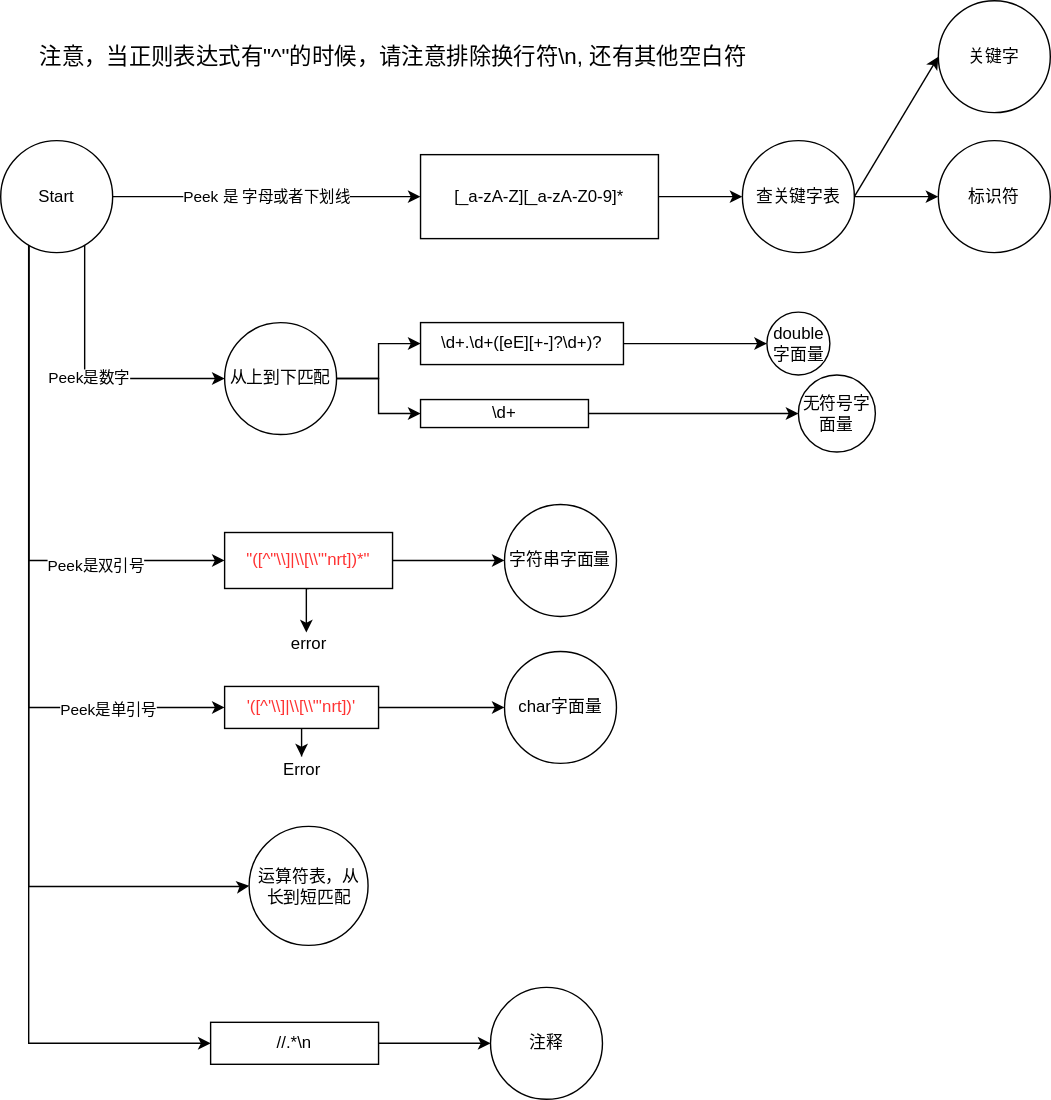
Before: CZero.Lexical/state-machine.svg, a diagram exported from draw.io (crclz/CZero). Source tidied: cells renumbered, new cells last; positions are measured from the earlier drawing's top-left corner, leaving out a move shared by most shapes. Source of this version:
```xml
<mxGraphModel>
  <root>
    <mxCell id="0" />
    <mxCell id="1" parent="0" />
    <mxCell id="2" value="Peek是数字" style="edgeStyle=orthogonalEdgeStyle;rounded=0;jettySize=auto;html=1;entryX=0;entryY=0.5;entryDx=0;entryDy=0;" parent="1" edge="1" source="9" target="20">
      <mxGeometry relative="1" as="geometry">
        <Array as="points">
          <mxPoint x="60" y="270" />
        </Array>
      </mxGeometry>
    </mxCell>
    <mxCell id="3" style="edgeStyle=orthogonalEdgeStyle;rounded=0;jettySize=auto;html=1;entryX=0;entryY=0.5;entryDx=0;entryDy=0;" parent="1" edge="1" source="9" target="29">
      <mxGeometry relative="1" as="geometry">
        <Array as="points">
          <mxPoint x="20" y="400" />
        </Array>
      </mxGeometry>
    </mxCell>
    <mxCell id="4" value="Peek是双引号" style="edgeLabel;html=1;align=center;verticalAlign=middle;" parent="3" vertex="1">
      <mxGeometry x="0.5" y="-3" relative="1" as="geometry" />
    </mxCell>
    <mxCell id="5" style="edgeStyle=orthogonalEdgeStyle;rounded=0;jettySize=auto;html=1;entryX=0;entryY=0.5;entryDx=0;entryDy=0;" parent="1" edge="1" source="9" target="34">
      <mxGeometry relative="1" as="geometry">
        <Array as="points">
          <mxPoint x="20" y="505" />
        </Array>
      </mxGeometry>
    </mxCell>
    <mxCell id="6" value="Peek是单引号" style="edgeLabel;html=1;align=center;verticalAlign=middle;" parent="5" vertex="1">
      <mxGeometry x="0.65" y="-1" relative="1" as="geometry" />
    </mxCell>
    <mxCell id="7" style="edgeStyle=orthogonalEdgeStyle;rounded=0;jettySize=auto;html=1;exitX=0;exitY=1;exitDx=0;exitDy=0;entryX=0;entryY=0.5;entryDx=0;entryDy=0;" parent="1" edge="1" source="9" target="39">
      <mxGeometry relative="1" as="geometry">
        <Array as="points">
          <mxPoint x="20" y="168" />
          <mxPoint x="20" y="745" />
        </Array>
      </mxGeometry>
    </mxCell>
    <mxCell id="8" style="edgeStyle=orthogonalEdgeStyle;rounded=0;jettySize=auto;html=1;entryX=0;entryY=0.5;entryDx=0;entryDy=0;" parent="1" edge="1" source="9" target="37">
      <mxGeometry relative="1" as="geometry">
        <Array as="points">
          <mxPoint x="20" y="633" />
          <mxPoint x="173" y="633" />
        </Array>
      </mxGeometry>
    </mxCell>
    <mxCell id="9" value="Start" style="ellipse;whiteSpace=wrap;html=1;" parent="1" vertex="1">
      <mxGeometry y="100" width="80" height="80" as="geometry" />
    </mxCell>
    <mxCell id="10" value="Peek 是 字母或者下划线" style="endArrow=classic;html=1;exitX=1;exitY=0.5;exitDx=0;exitDy=0;entryX=0;entryY=0.5;entryDx=0;entryDy=0;" parent="1" edge="1" source="9" target="11">
      <mxGeometry relative="1" as="geometry" />
    </mxCell>
    <mxCell id="11" value="[_a-zA-Z][_a-zA-Z0-9]*" style="rounded=0;whiteSpace=wrap;html=1;" parent="1" vertex="1">
      <mxGeometry x="300" y="110" width="170" height="60" as="geometry" />
    </mxCell>
    <mxCell id="12" value="查关键字表" style="ellipse;whiteSpace=wrap;html=1;" parent="1" vertex="1">
      <mxGeometry x="530" y="100" width="80" height="80" as="geometry" />
    </mxCell>
    <mxCell id="13" style="endArrow=classic;html=1;exitX=1;exitY=0.5;exitDx=0;exitDy=0;entryX=0;entryY=0.5;entryDx=0;entryDy=0;" parent="1" edge="1" source="11" target="12">
      <mxGeometry relative="1" as="geometry" />
    </mxCell>
    <mxCell id="14" value="关键字" style="ellipse;whiteSpace=wrap;html=1;" parent="1" vertex="1">
      <mxGeometry x="670" width="80" height="80" as="geometry" />
    </mxCell>
    <mxCell id="15" value="标识符" style="ellipse;whiteSpace=wrap;html=1;" parent="1" vertex="1">
      <mxGeometry x="670" y="100" width="80" height="80" as="geometry" />
    </mxCell>
    <mxCell id="16" style="endArrow=classic;html=1;exitX=1;exitY=0.5;exitDx=0;exitDy=0;entryX=0;entryY=0.5;entryDx=0;entryDy=0;" parent="1" edge="1" source="12" target="15">
      <mxGeometry relative="1" as="geometry" />
    </mxCell>
    <mxCell id="17" style="endArrow=classic;html=1;exitX=1;exitY=0.5;exitDx=0;exitDy=0;entryX=0;entryY=0.5;entryDx=0;entryDy=0;" parent="1" edge="1" source="12" target="14">
      <mxGeometry relative="1" as="geometry" />
    </mxCell>
    <mxCell id="18" style="edgeStyle=orthogonalEdgeStyle;rounded=0;jettySize=auto;html=1;entryX=0;entryY=0.5;entryDx=0;entryDy=0;" parent="1" edge="1" source="20" target="21">
      <mxGeometry relative="1" as="geometry" />
    </mxCell>
    <mxCell id="19" style="edgeStyle=orthogonalEdgeStyle;rounded=0;jettySize=auto;html=1;" parent="1" edge="1" source="20" target="25">
      <mxGeometry relative="1" as="geometry" />
    </mxCell>
    <mxCell id="20" value="从上到下匹配" style="ellipse;whiteSpace=wrap;html=1;" parent="1" vertex="1">
      <mxGeometry x="160" y="230" width="80" height="80" as="geometry" />
    </mxCell>
    <mxCell id="21" value="\d+.\d+([eE][+-]?\d+)?" style="rounded=0;whiteSpace=wrap;html=1;" parent="1" vertex="1">
      <mxGeometry x="300" y="230" width="145" height="30" as="geometry" />
    </mxCell>
    <mxCell id="22" value="double字面量" style="ellipse;whiteSpace=wrap;html=1;" parent="1" vertex="1">
      <mxGeometry x="547.5" y="222.5" width="45" height="45" as="geometry" />
    </mxCell>
    <mxCell id="23" style="endArrow=classic;html=1;exitX=1;exitY=0.5;exitDx=0;exitDy=0;entryX=0;entryY=0.5;entryDx=0;entryDy=0;" parent="1" edge="1" source="21" target="22">
      <mxGeometry relative="1" as="geometry" />
    </mxCell>
    <mxCell id="24" style="edgeStyle=orthogonalEdgeStyle;rounded=0;jettySize=auto;html=1;entryX=0;entryY=0.5;entryDx=0;entryDy=0;" parent="1" edge="1" source="25" target="26">
      <mxGeometry relative="1" as="geometry" />
    </mxCell>
    <mxCell id="25" value="\d+" style="rounded=0;whiteSpace=wrap;html=1;" parent="1" vertex="1">
      <mxGeometry x="300" y="285" width="120" height="20" as="geometry" />
    </mxCell>
    <mxCell id="26" value="无符号字面量" style="ellipse;whiteSpace=wrap;html=1;" parent="1" vertex="1">
      <mxGeometry x="570" y="267.5" width="55" height="55" as="geometry" />
    </mxCell>
    <mxCell id="27" style="edgeStyle=orthogonalEdgeStyle;rounded=0;jettySize=auto;html=1;exitX=0.5;exitY=1;exitDx=0;exitDy=0;entryX=0.46;entryY=0.07;entryDx=0;entryDy=0;entryPerimeter=0;" parent="1" edge="1" source="29" target="30">
      <mxGeometry relative="1" as="geometry" />
    </mxCell>
    <mxCell id="28" style="edgeStyle=orthogonalEdgeStyle;rounded=0;jettySize=auto;html=1;exitX=1;exitY=0.5;exitDx=0;exitDy=0;entryX=0;entryY=0.5;entryDx=0;entryDy=0;" parent="1" edge="1" source="29" target="31">
      <mxGeometry relative="1" as="geometry" />
    </mxCell>
    <mxCell id="29" value="&quot;([^&quot;\\]|\\[\\&quot;'nrt])*&quot;" style="rounded=0;whiteSpace=wrap;html=1;fontColor=#FF3333;" parent="1" vertex="1">
      <mxGeometry x="160" y="380" width="120" height="40" as="geometry" />
    </mxCell>
    <mxCell id="30" value="error" style="text;html=1;align=center;verticalAlign=middle;points=[];" parent="1" vertex="1">
      <mxGeometry x="200" y="450" width="40" height="20" as="geometry" />
    </mxCell>
    <mxCell id="31" value="字符串字面量" style="ellipse;whiteSpace=wrap;html=1;" parent="1" vertex="1">
      <mxGeometry x="360" y="360" width="80" height="80" as="geometry" />
    </mxCell>
    <mxCell id="32" style="edgeStyle=orthogonalEdgeStyle;rounded=0;jettySize=auto;html=1;exitX=0.5;exitY=1;exitDx=0;exitDy=0;" parent="1" edge="1" source="34" target="35">
      <mxGeometry relative="1" as="geometry" />
    </mxCell>
    <mxCell id="33" style="edgeStyle=orthogonalEdgeStyle;rounded=0;jettySize=auto;html=1;exitX=1;exitY=0.5;exitDx=0;exitDy=0;entryX=0;entryY=0.5;entryDx=0;entryDy=0;" parent="1" edge="1" source="34" target="36">
      <mxGeometry relative="1" as="geometry" />
    </mxCell>
    <mxCell id="34" value="'([^'\\]|\\[\\&quot;'nrt])'" style="rounded=0;whiteSpace=wrap;html=1;fontColor=#FF3333;" parent="1" vertex="1">
      <mxGeometry x="160" y="490" width="110" height="30" as="geometry" />
    </mxCell>
    <mxCell id="35" value="Error" style="text;html=1;align=center;verticalAlign=middle;points=[];" parent="1" vertex="1">
      <mxGeometry x="195" y="540" width="40" height="20" as="geometry" />
    </mxCell>
    <mxCell id="36" value="char字面量" style="ellipse;whiteSpace=wrap;html=1;" parent="1" vertex="1">
      <mxGeometry x="360" y="465" width="80" height="80" as="geometry" />
    </mxCell>
    <mxCell id="37" value="运算符表，从长到短匹配" style="ellipse;whiteSpace=wrap;html=1;" parent="1" vertex="1">
      <mxGeometry x="177.5" y="590" width="85" height="85" as="geometry" />
    </mxCell>
    <mxCell id="38" style="edgeStyle=orthogonalEdgeStyle;rounded=0;jettySize=auto;html=1;exitX=1;exitY=0.5;exitDx=0;exitDy=0;entryX=0;entryY=0.5;entryDx=0;entryDy=0;" parent="1" edge="1" source="39" target="40">
      <mxGeometry relative="1" as="geometry" />
    </mxCell>
    <mxCell id="39" value="//.*\n" style="rounded=0;whiteSpace=wrap;html=1;" parent="1" vertex="1">
      <mxGeometry x="150" y="730" width="120" height="30" as="geometry" />
    </mxCell>
    <mxCell id="40" value="注释" style="ellipse;whiteSpace=wrap;html=1;" parent="1" vertex="1">
      <mxGeometry x="350" y="705" width="80" height="80" as="geometry" />
    </mxCell>
    <mxCell id="41" value="注意，当正则表达式有&quot;^&quot;的时候，请注意排除换行符\n, 还有其他空白符" style="text;html=1;align=center;verticalAlign=middle;strokeWidth=1;fontSize=16;" parent="1" vertex="1">
      <mxGeometry x="20" y="30" width="520" height="20" as="geometry" />
    </mxCell>
  </root>
</mxGraphModel>
```
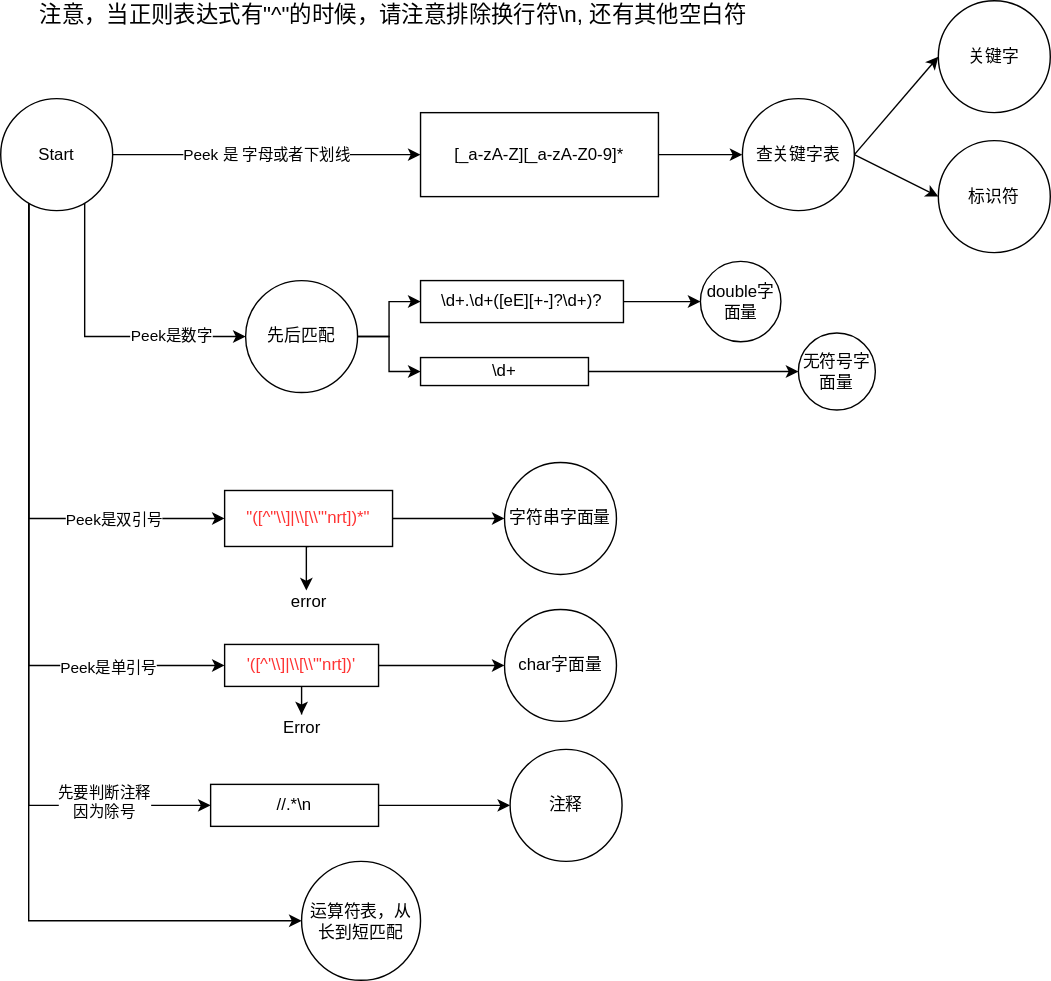
After the commit.

Commit message:
Fix lexer: comment before operator

The edit, as a diff of the source:
```diff
@@ -3,7 +3,7 @@
     <mxCell id="0" />
     <mxCell id="1" parent="0" />
     <mxCell id="2" value="Peek是数字" style="edgeStyle=orthogonalEdgeStyle;rounded=0;jettySize=auto;html=1;entryX=0;entryY=0.5;entryDx=0;entryDy=0;" parent="1" edge="1" source="9" target="20">
-      <mxGeometry relative="1" as="geometry">
+      <mxGeometry x="0.49" relative="1" as="geometry">
         <Array as="points">
           <mxPoint x="60" y="270" />
         </Array>
@@ -17,7 +17,9 @@
       </mxGeometry>
     </mxCell>
     <mxCell id="4" value="Peek是双引号" style="edgeLabel;html=1;align=center;verticalAlign=middle;" parent="3" vertex="1">
-      <mxGeometry x="0.5" y="-3" relative="1" as="geometry" />
+      <mxGeometry x="0.5" y="-3" relative="1" as="geometry">
+        <mxPoint x="12.4" y="-3" as="offset" />
+      </mxGeometry>
     </mxCell>
     <mxCell id="5" style="edgeStyle=orthogonalEdgeStyle;rounded=0;jettySize=auto;html=1;entryX=0;entryY=0.5;entryDx=0;entryDy=0;" parent="1" edge="1" source="9" target="34">
       <mxGeometry relative="1" as="geometry">
@@ -33,15 +35,18 @@
       <mxGeometry relative="1" as="geometry">
         <Array as="points">
           <mxPoint x="20" y="168" />
-          <mxPoint x="20" y="745" />
+          <mxPoint x="20" y="605" />
         </Array>
       </mxGeometry>
     </mxCell>
+    <mxCell id="42" value="先要判断注释&lt;br&gt;因为除号" style="edgeLabel;html=1;align=center;verticalAlign=middle;" parent="7" vertex="1">
+      <mxGeometry x="0.73" y="3" relative="1" as="geometry" />
+    </mxCell>
-    <mxCell id="8" style="edgeStyle=orthogonalEdgeStyle;rounded=0;jettySize=auto;html=1;entryX=0;entryY=0.5;entryDx=0;entryDy=0;" parent="1" edge="1" source="9" target="37">
+    <mxCell id="8" style="edgeStyle=orthogonalEdgeStyle;rounded=0;jettySize=auto;html=1;exitX=0;exitY=1;exitDx=0;exitDy=0;entryX=0;entryY=0.5;entryDx=0;entryDy=0;" parent="1" edge="1" source="9" target="37">
       <mxGeometry relative="1" as="geometry">
         <Array as="points">
-          <mxPoint x="20" y="633" />
-          <mxPoint x="173" y="633" />
+          <mxPoint x="20" y="168" />
+          <mxPoint x="20" y="688" />
         </Array>
       </mxGeometry>
     </mxCell>
@@ -61,10 +66,10 @@
       <mxGeometry relative="1" as="geometry" />
     </mxCell>
     <mxCell id="14" value="关键字" style="ellipse;whiteSpace=wrap;html=1;" parent="1" vertex="1">
-      <mxGeometry x="670" width="80" height="80" as="geometry" />
+      <mxGeometry x="670" y="30" width="80" height="80" as="geometry" />
     </mxCell>
     <mxCell id="15" value="标识符" style="ellipse;whiteSpace=wrap;html=1;" parent="1" vertex="1">
-      <mxGeometry x="670" y="100" width="80" height="80" as="geometry" />
+      <mxGeometry x="670" y="130" width="80" height="80" as="geometry" />
     </mxCell>
     <mxCell id="16" style="endArrow=classic;html=1;exitX=1;exitY=0.5;exitDx=0;exitDy=0;entryX=0;entryY=0.5;entryDx=0;entryDy=0;" parent="1" edge="1" source="12" target="15">
       <mxGeometry relative="1" as="geometry" />
@@ -78,14 +83,14 @@
     <mxCell id="19" style="edgeStyle=orthogonalEdgeStyle;rounded=0;jettySize=auto;html=1;" parent="1" edge="1" source="20" target="25">
       <mxGeometry relative="1" as="geometry" />
     </mxCell>
-    <mxCell id="20" value="从上到下匹配" style="ellipse;whiteSpace=wrap;html=1;" parent="1" vertex="1">
-      <mxGeometry x="160" y="230" width="80" height="80" as="geometry" />
+    <mxCell id="20" value="先后匹配" style="ellipse;whiteSpace=wrap;html=1;" parent="1" vertex="1">
+      <mxGeometry x="175" y="230" width="80" height="80" as="geometry" />
     </mxCell>
     <mxCell id="21" value="\d+.\d+([eE][+-]?\d+)?" style="rounded=0;whiteSpace=wrap;html=1;" parent="1" vertex="1">
       <mxGeometry x="300" y="230" width="145" height="30" as="geometry" />
     </mxCell>
     <mxCell id="22" value="double字面量" style="ellipse;whiteSpace=wrap;html=1;" parent="1" vertex="1">
-      <mxGeometry x="547.5" y="222.5" width="45" height="45" as="geometry" />
+      <mxGeometry x="500" y="216.2" width="57.5" height="57.5" as="geometry" />
     </mxCell>
     <mxCell id="23" style="endArrow=classic;html=1;exitX=1;exitY=0.5;exitDx=0;exitDy=0;entryX=0;entryY=0.5;entryDx=0;entryDy=0;" parent="1" edge="1" source="21" target="22">
       <mxGeometry relative="1" as="geometry" />
@@ -130,16 +135,16 @@
       <mxGeometry x="360" y="465" width="80" height="80" as="geometry" />
     </mxCell>
     <mxCell id="37" value="运算符表，从长到短匹配" style="ellipse;whiteSpace=wrap;html=1;" parent="1" vertex="1">
-      <mxGeometry x="177.5" y="590" width="85" height="85" as="geometry" />
+      <mxGeometry x="215" y="645" width="85" height="85" as="geometry" />
     </mxCell>
     <mxCell id="38" style="edgeStyle=orthogonalEdgeStyle;rounded=0;jettySize=auto;html=1;exitX=1;exitY=0.5;exitDx=0;exitDy=0;entryX=0;entryY=0.5;entryDx=0;entryDy=0;" parent="1" edge="1" source="39" target="40">
       <mxGeometry relative="1" as="geometry" />
     </mxCell>
     <mxCell id="39" value="//.*\n" style="rounded=0;whiteSpace=wrap;html=1;" parent="1" vertex="1">
-      <mxGeometry x="150" y="730" width="120" height="30" as="geometry" />
+      <mxGeometry x="150" y="590" width="120" height="30" as="geometry" />
     </mxCell>
     <mxCell id="40" value="注释" style="ellipse;whiteSpace=wrap;html=1;" parent="1" vertex="1">
-      <mxGeometry x="350" y="705" width="80" height="80" as="geometry" />
+      <mxGeometry x="364" y="565" width="80" height="80" as="geometry" />
     </mxCell>
     <mxCell id="41" value="注意，当正则表达式有&quot;^&quot;的时候，请注意排除换行符\n, 还有其他空白符" style="text;html=1;align=center;verticalAlign=middle;strokeWidth=1;fontSize=16;" parent="1" vertex="1">
       <mxGeometry x="20" y="30" width="520" height="20" as="geometry" />
```
